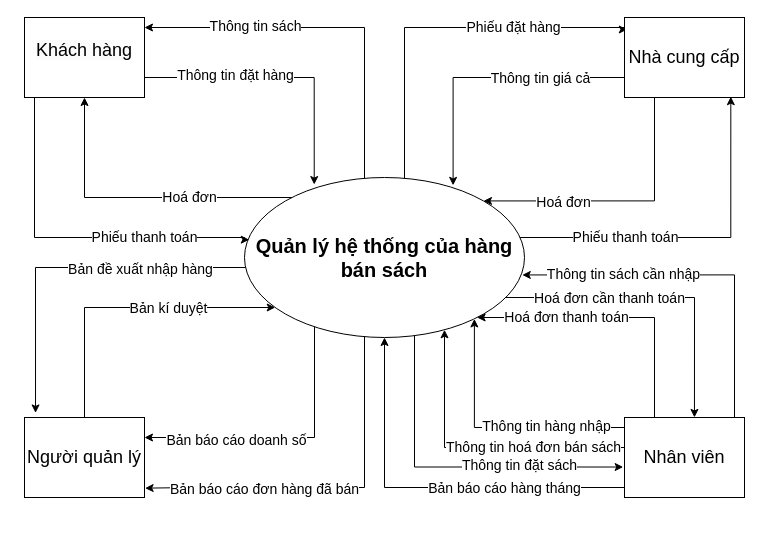
Before: page "Trang-2" (2 of 3) of QuanLyBanSach.drawio in leetrungtoans/BTVN_ITC_OOP_LEETRUNGTOANS, a draw.io diagram. Source tidied: cells renumbered, new cells numbered last; positions are measured from the earlier drawing's top-left corner, leaving out a move shared by most shapes. Both pictures are drawn from the tidied source at 100%, with x=0, y=0 at pixel (24, 17).
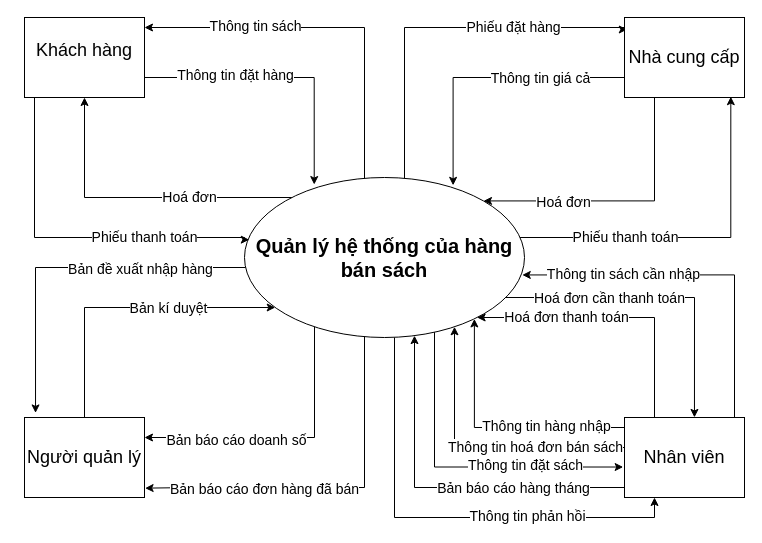
Above is the later version.

The change refers to these unchanged cells:
```xml
<mxCell id="8" value="&lt;span style=&quot;font-size: 20px; font-weight: 700;&quot;&gt;Quản lý hệ thống của hàng bán sách&lt;/span&gt;" style="ellipse;whiteSpace=wrap;html=1;" parent="1" vertex="1">
  <mxGeometry x="220" y="160" width="280" height="160" as="geometry" />
</mxCell>
<mxCell id="13" value="&lt;span style=&quot;font-size: 18px;&quot;&gt;Nhân viên&lt;/span&gt;" style="rounded=0;whiteSpace=wrap;html=1;" parent="1" vertex="1">
  <mxGeometry x="600" y="400" width="120" height="80" as="geometry" />
</mxCell>
```

The edit, as a diff of the source:
```diff
@@
+    <mxCell id="45" style="edgeStyle=orthogonalEdgeStyle;rounded=0;jettySize=auto;html=1;entryX=0.25;entryY=1;entryDx=0;entryDy=0;" parent="1" edge="1" source="8" target="13">
+      <mxGeometry relative="1" as="geometry">
+        <Array as="points">
+          <mxPoint x="370" y="500" />
+          <mxPoint x="630" y="500" />
+        </Array>
+      </mxGeometry>
+    </mxCell>
+    <mxCell id="46" value="&lt;font style=&quot;font-size: 14px;&quot;&gt;Thông tin phản hồi&lt;/font&gt;" style="edgeLabel;html=1;align=center;verticalAlign=middle;" parent="45" vertex="1">
+      <mxGeometry x="0.36" y="2" relative="1" as="geometry" />
+    </mxCell>
@@
     <mxCell id="39" style="edgeStyle=orthogonalEdgeStyle;rounded=0;jettySize=auto;html=1;" parent="1" edge="1" source="13" target="8">
       <mxGeometry relative="1" as="geometry">
         <Array as="points">
-          <mxPoint x="420" y="430" />
+          <mxPoint x="430" y="430" />
         </Array>
       </mxGeometry>
     </mxCell>
@@
     <mxCell id="41" style="edgeStyle=orthogonalEdgeStyle;rounded=0;jettySize=auto;html=1;entryX=-0.011;entryY=0.619;entryDx=0;entryDy=0;entryPerimeter=0;" parent="1" edge="1" source="8" target="13">
       <mxGeometry relative="1" as="geometry">
         <Array as="points">
-          <mxPoint x="390" y="449" />
+          <mxPoint x="410" y="449" />
         </Array>
       </mxGeometry>
     </mxCell>
@@
-    <mxCell id="43" style="edgeStyle=orthogonalEdgeStyle;rounded=0;jettySize=auto;html=1;entryX=0.5;entryY=1;entryDx=0;entryDy=0;" parent="1" edge="1" source="13" target="8">
+    <mxCell id="43" style="edgeStyle=orthogonalEdgeStyle;rounded=0;jettySize=auto;html=1;" parent="1" edge="1" source="13" target="8">
       <mxGeometry relative="1" as="geometry">
         <Array as="points">
-          <mxPoint x="360" y="470" />
+          <mxPoint x="390" y="470" />
         </Array>
       </mxGeometry>
     </mxCell>
```
